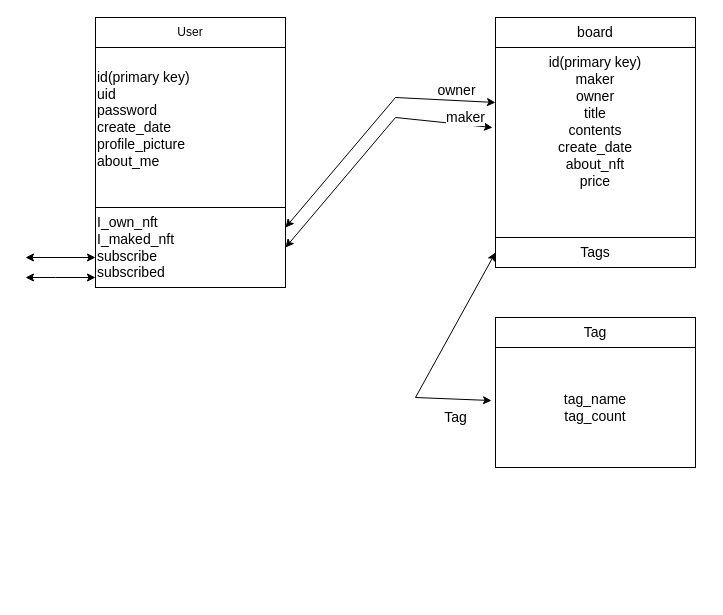
Above: resdatabase.drawio in lectykim/emmateritory (draw.io), before the change. Source tidied: cells renumbered, new cells numbered last; positions are measured from the earlier drawing's top-left corner, leaving out a move shared by most shapes. Both pictures are drawn from the tidied source at 100%, with x=0, y=0 at pixel (25, 17).
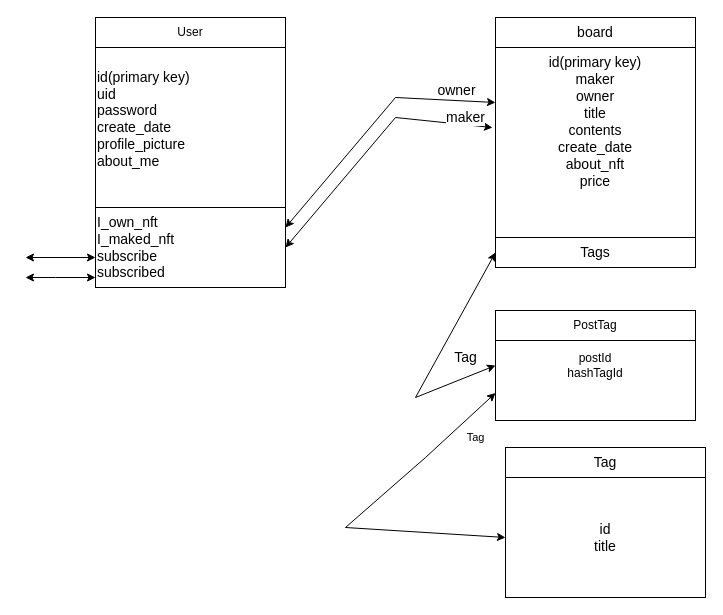
After the change.

Unchanged cells that the change refers to:
```xml
<mxCell id="8" value="Tags" style="rounded=0;whiteSpace=wrap;html=1;fontSize=14;" parent="7" vertex="1">
  <mxGeometry y="190" width="200" height="30" as="geometry" />
</mxCell>
```

The edit, as a diff of the source:
```diff
@@
-    <mxCell id="12" value="tag_name&lt;br&gt;tag_count" style="rounded=0;whiteSpace=wrap;html=1;fontSize=14;" parent="1" vertex="1">
-      <mxGeometry x="470" y="330" width="200" height="120" as="geometry" />
+    <mxCell id="12" value="id&lt;br&gt;title" style="rounded=0;whiteSpace=wrap;html=1;fontSize=14;" parent="1" vertex="1">
+      <mxGeometry x="480" y="460" width="200" height="120" as="geometry" />
     </mxCell>
     <mxCell id="13" value="Tag" style="rounded=0;whiteSpace=wrap;html=1;fontSize=14;" parent="1" vertex="1">
-      <mxGeometry x="470" y="300" width="200" height="30" as="geometry" />
+      <mxGeometry x="480" y="430" width="200" height="30" as="geometry" />
     </mxCell>
-    <mxCell id="14" value="Tag" style="endArrow=classic;startArrow=classic;html=1;rounded=0;fontSize=14;entryX=0;entryY=0.5;entryDx=0;entryDy=0;exitX=-0.02;exitY=0.442;exitDx=0;exitDy=0;exitPerimeter=0;" parent="1" edge="1" source="12" target="8">
-      <mxGeometry x="-0.71" y="18" relative="1" as="geometry">
+    <mxCell id="14" value="Tag" style="endArrow=classic;startArrow=classic;html=1;rounded=0;fontSize=14;entryX=0;entryY=0.5;entryDx=0;entryDy=0;exitX=0;exitY=0.5;exitDx=0;exitDy=0;" parent="1" edge="1" source="15" target="8">
+      <mxGeometry x="-0.8" y="-19" relative="1" as="geometry">
         <Array as="points">
           <mxPoint x="390" y="380" />
         </Array>
       </mxGeometry>
     </mxCell>
+    <mxCell id="15" value="postId&lt;br&gt;hashTagId" style="rounded=0;whiteSpace=wrap;html=1;" parent="1" vertex="1">
+      <mxGeometry x="470" y="293" width="200" height="110" as="geometry" />
+    </mxCell>
+    <mxCell id="16" value="PostTag" style="rounded=0;whiteSpace=wrap;html=1;" parent="1" vertex="1">
+      <mxGeometry x="470" y="293" width="200" height="30" as="geometry" />
+    </mxCell>
+    <mxCell id="17" value="Tag" style="endArrow=classic;startArrow=classic;html=1;rounded=0;exitX=0;exitY=0.5;exitDx=0;exitDy=0;entryX=0;entryY=0.75;entryDx=0;entryDy=0;" parent="1" edge="1" source="12" target="15">
+      <mxGeometry x="0.75" y="-19" relative="1" as="geometry">
+        <Array as="points">
+          <mxPoint x="320" y="510" />
+          <mxPoint x="400" y="440" />
+        </Array>
+      </mxGeometry>
+    </mxCell>
```
